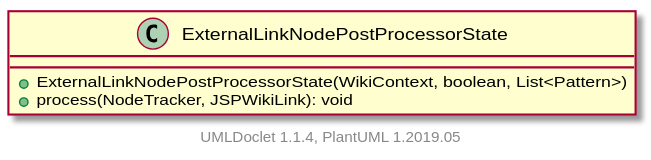
Before: apidocs/2.11.0.M7-SNAPSHOT/org/apache/wiki/markdown/extensions/jspwikilinks/postprocessor/ExternalLinkNodePostProcessorState.svg, a diagram exported from PlantUML (apache/jspwiki-site). The source it was exported from:
```plantuml
@startuml

    class ExternalLinkNodePostProcessorState [[ExternalLinkNodePostProcessorState.html]] {
        +ExternalLinkNodePostProcessorState(WikiContext, boolean, List<Pattern>)
        +process(NodeTracker, JSPWikiLink): void
    }


    center footer UMLDoclet 1.1.4, PlantUML 1.2019.05
@enduml
```
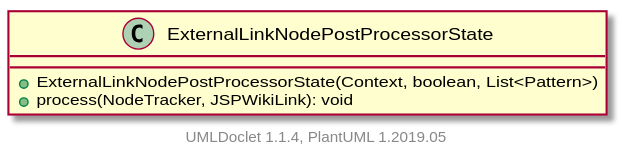
After the change.

Change to the diagram source:
```diff
@@ -1,7 +1,7 @@
 @startuml
 
     class ExternalLinkNodePostProcessorState [[ExternalLinkNodePostProcessorState.html]] {
-        +ExternalLinkNodePostProcessorState(WikiContext, boolean, List<Pattern>)
+        +ExternalLinkNodePostProcessorState(Context, boolean, List<Pattern>)
         +process(NodeTracker, JSPWikiLink): void
     }
 
```
